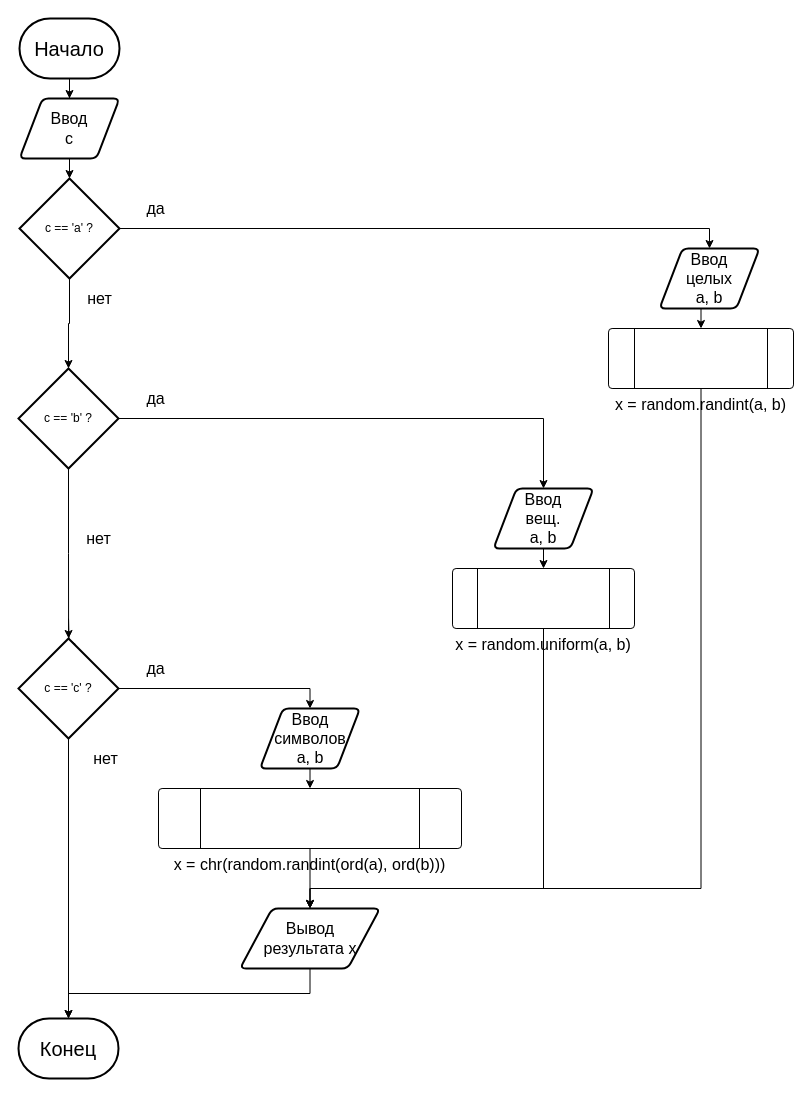
Before: les_1_task_3.drawio in nglaz0v/Python_Algorithms, a draw.io diagram. Source tidied: cells renumbered, new cells numbered last; positions are measured from the earlier drawing's top-left corner, leaving out a move shared by most shapes. Both pictures are drawn from the tidied source at 100%, with x=0, y=0 at pixel (18, 18).
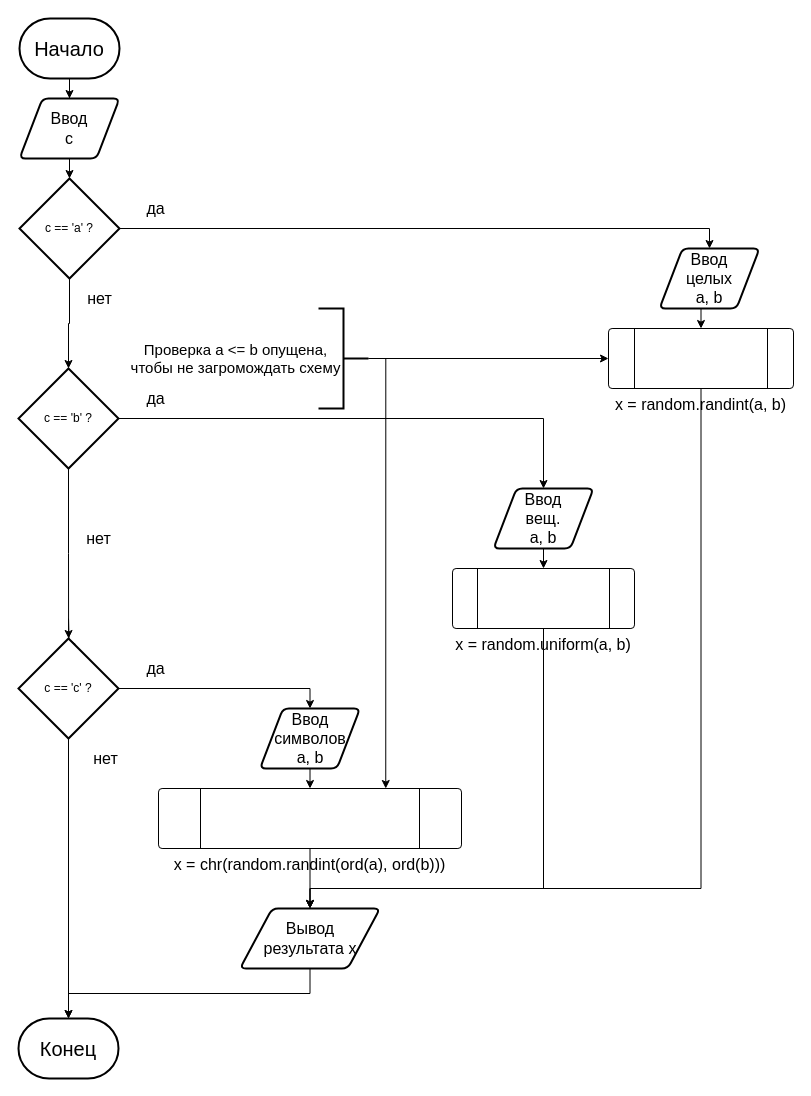
The same diagram, later.

The change refers to these unchanged cells:
```xml
<mxCell id="6" value="x = random.randint(a, b)" style="verticalLabelPosition=bottom;verticalAlign=top;html=1;shape=process;whiteSpace=wrap;rounded=1;size=0.14;arcSize=6;fontSize=16;" parent="1" vertex="1">
  <mxGeometry x="590" y="310" width="185" height="60" as="geometry" />
</mxCell>
<mxCell id="8" value="x = chr(random.randint(ord(a), ord(b)))" style="verticalLabelPosition=bottom;verticalAlign=top;html=1;shape=process;whiteSpace=wrap;rounded=1;size=0.14;arcSize=6;fontSize=16;" parent="1" vertex="1">
  <mxGeometry x="140" y="770" width="303" height="60" as="geometry" />
</mxCell>
```

What changed in the source:
```diff
@@
+    <mxCell id="37" style="edgeStyle=orthogonalEdgeStyle;rounded=0;jettySize=auto;html=1;exitX=0;exitY=0.5;exitDx=0;exitDy=0;exitPerimeter=0;entryX=0;entryY=0.5;entryDx=0;entryDy=0;" parent="1" edge="1" source="39" target="6">
+      <mxGeometry relative="1" as="geometry" />
+    </mxCell>
+    <mxCell id="38" style="edgeStyle=orthogonalEdgeStyle;rounded=0;jettySize=auto;html=1;exitX=0;exitY=0.5;exitDx=0;exitDy=0;exitPerimeter=0;entryX=0.75;entryY=0;entryDx=0;entryDy=0;" parent="1" edge="1" source="39" target="8">
+      <mxGeometry relative="1" as="geometry">
+        <Array as="points">
+          <mxPoint x="367" y="340" />
+        </Array>
+      </mxGeometry>
+    </mxCell>
+    <mxCell id="39" style="strokeWidth=2;html=1;shape=mxgraph.flowchart.annotation_2;align=left;labelPosition=right;direction=west;" parent="1" vertex="1">
+      <mxGeometry x="300" y="290" width="50" height="100" as="geometry" />
+    </mxCell>
+    <mxCell id="40" value="&lt;font style=&quot;font-size: 15px&quot;&gt;Проверка a &amp;lt;= b опущена,&lt;br&gt;&amp;nbsp;чтобы не загромождать схему&amp;nbsp;&lt;/font&gt;" style="text;html=1;align=center;verticalAlign=middle;strokeColor=none;fillColor=none;" parent="1" vertex="1">
+      <mxGeometry x="102" y="320" width="230" height="40" as="geometry" />
+    </mxCell>
```
